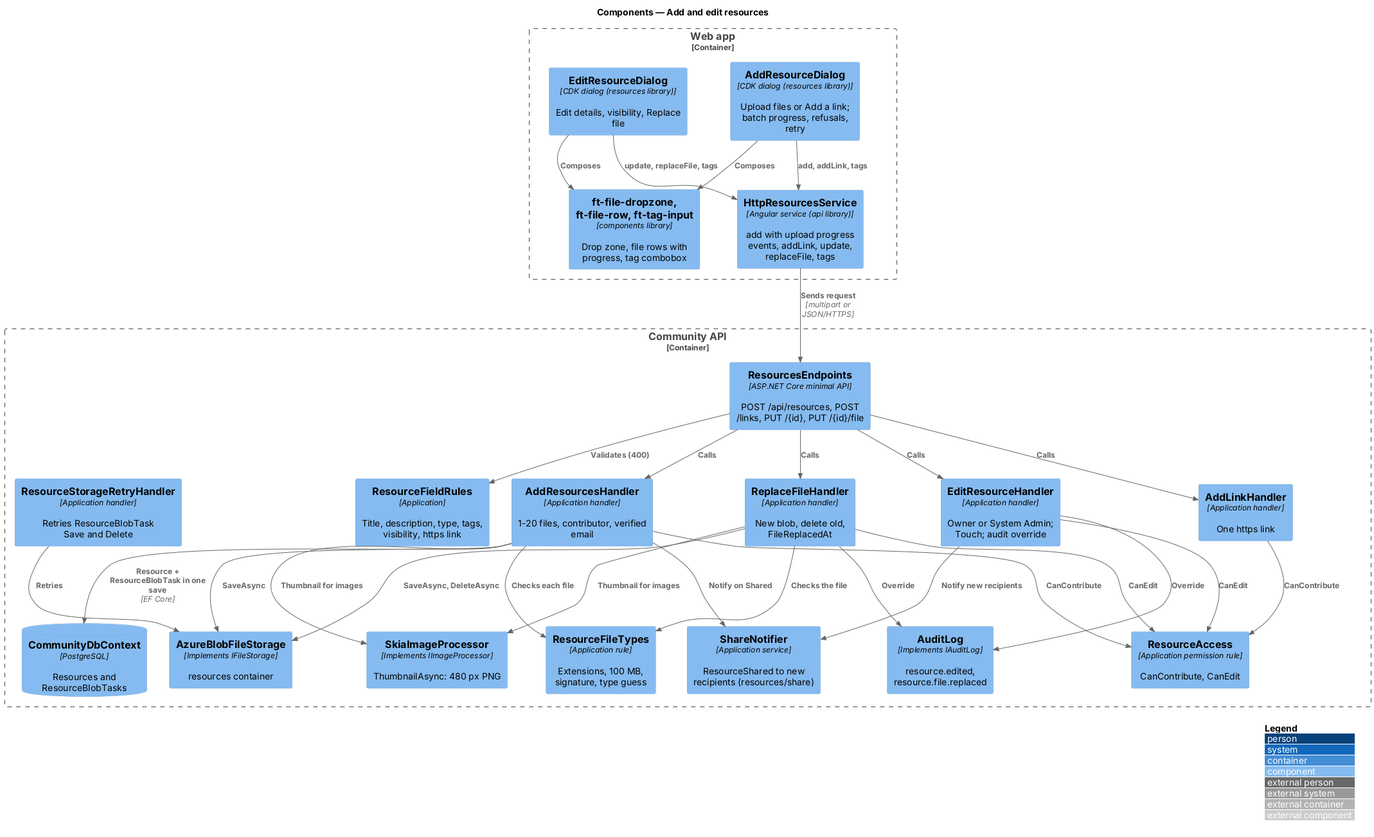
QuinntyneBrown/faithtech-community keeps this PlantUML diagram as docs/detailed-designs/resources/add-and-edit/diagrams/c4-component.png. Above is the earlier version. Source of this version:
```plantuml
@startuml
!include <C4/C4_Component>
LAYOUT_WITH_LEGEND()
title Components — Add and edit resources
Container_Boundary(web, "Web app") {
  Component(add, "AddResourceDialog", "CDK dialog (resources library)", "Upload files or Add a link; batch progress, refusals, retry")
  Component(edit, "EditResourceDialog", "CDK dialog (resources library)", "Edit details, visibility, Replace file")
  Component(ui, "ft-file-dropzone, ft-file-row, ft-tag-input", "components library", "Drop zone, file rows with progress, tag combobox")
  Component(svc, "HttpResourcesService", "Angular service (api library)", "add with upload progress events, addLink, update, replaceFile, tags")
}
Container_Boundary(api, "Community API") {
  Component(ep, "ResourcesEndpoints", "ASP.NET Core minimal API", "POST /api/resources, POST /links, PUT /{id}, PUT /{id}/file")
  Component(val, "ResourceFieldRules", "Application", "Title, description, type, tags, visibility, https link")
  Component(addh, "AddResourcesHandler", "Application handler", "1-20 files, contributor, verified email")
  Component(linkh, "AddLinkHandler", "Application handler", "One https link")
  Component(edith, "EditResourceHandler", "Application handler", "Owner or System Admin; Touch; audit override")
  Component(reph, "ReplaceFileHandler", "Application handler", "New blob, delete old, FileReplacedAt")
  Component(types, "ResourceFileTypes", "Application rule", "Extensions, 100 MB, signature, type guess")
  Component(acc, "ResourceAccess", "Application permission rule", "CanContribute, CanEdit")
  Component(share, "ShareNotifier", "Application service", "ResourceShared to new recipients (resources/share)")
  Component(retry, "ResourceStorageRetryHandler", "Application handler", "Retries ResourceBlobTask Save and Delete")
  Component(img, "SkiaImageProcessor", "Implements IImageProcessor", "ThumbnailAsync: 480 px PNG")
  Component(store, "AzureBlobFileStorage", "Implements IFileStorage", "resources container")
  Component(audit, "AuditLog", "Implements IAuditLog", "resource.edited, resource.file.replaced")
  ComponentDb(db, "CommunityDbContext", "PostgreSQL", "Resources and ResourceBlobTasks")
}
Rel(add, ui, "Composes")
Rel(edit, ui, "Composes")
Rel(add, svc, "add, addLink, tags")
Rel(edit, svc, "update, replaceFile, tags")
Rel(svc, ep, "Sends request", "multipart or JSON/HTTPS")
Rel(ep, val, "Validates (400)")
Rel(ep, addh, "Calls")
Rel(ep, linkh, "Calls")
Rel(ep, edith, "Calls")
Rel(ep, reph, "Calls")
Rel(addh, types, "Checks each file")
Rel(reph, types, "Checks the file")
Rel(addh, acc, "CanContribute")
Rel(linkh, acc, "CanContribute")
Rel(edith, acc, "CanEdit")
Rel(reph, acc, "CanEdit")
Rel(addh, img, "Thumbnail for images")
Rel(reph, img, "Thumbnail for images")
Rel(addh, store, "SaveAsync")
Rel(reph, store, "SaveAsync, DeleteAsync")
Rel(addh, share, "Notify on Shared")
Rel(edith, share, "Notify new recipients")
Rel(edith, audit, "Override")
Rel(reph, audit, "Override")
Rel(retry, store, "Retries")
Rel(addh, db, "Resource + ResourceBlobTask in one save", "EF Core")
@enduml
```
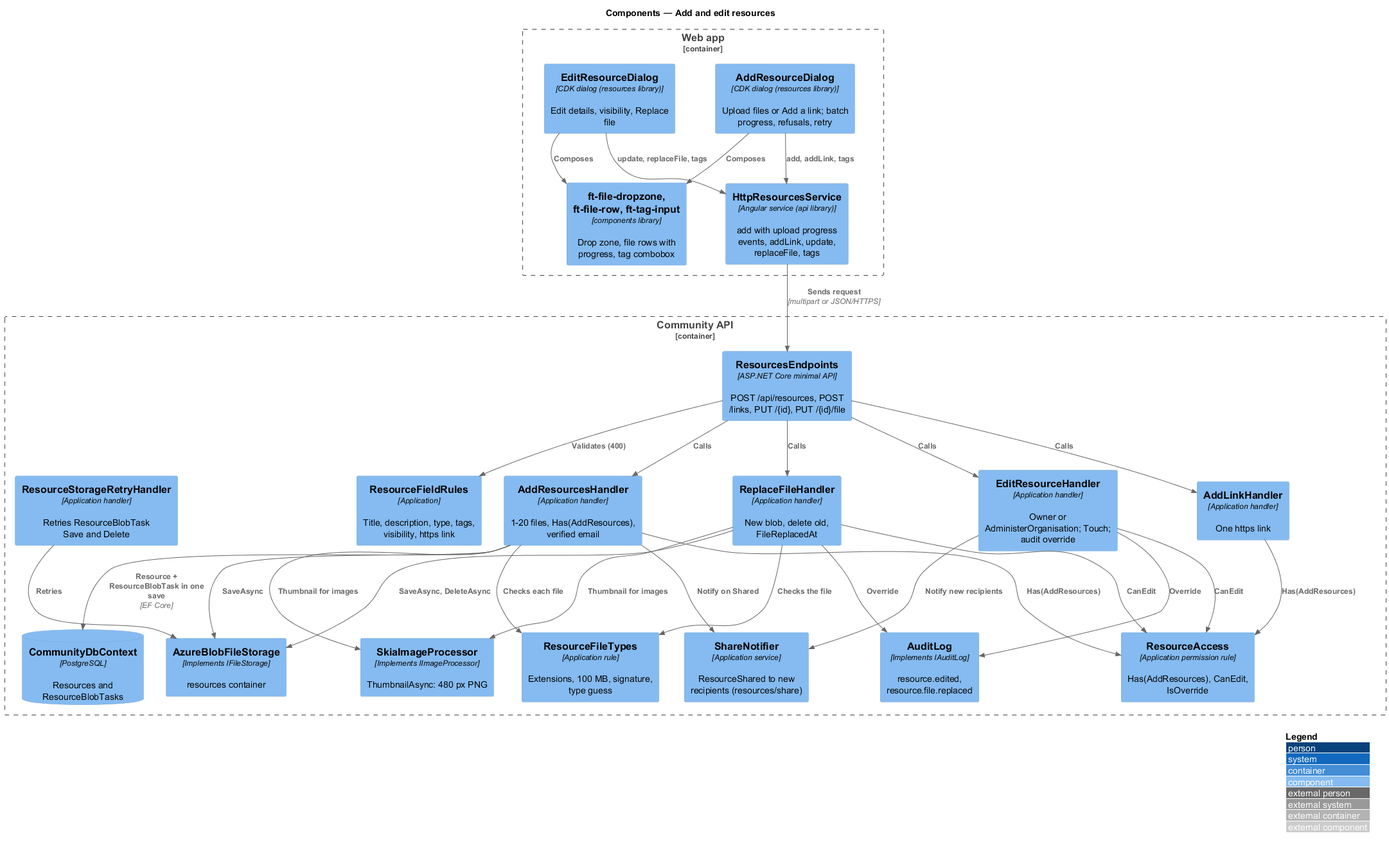
The same file after the commit.

Diff of the diagram source:
```diff
@@ -11,12 +11,12 @@
 Container_Boundary(api, "Community API") {
   Component(ep, "ResourcesEndpoints", "ASP.NET Core minimal API", "POST /api/resources, POST /links, PUT /{id}, PUT /{id}/file")
   Component(val, "ResourceFieldRules", "Application", "Title, description, type, tags, visibility, https link")
-  Component(addh, "AddResourcesHandler", "Application handler", "1-20 files, contributor, verified email")
+  Component(addh, "AddResourcesHandler", "Application handler", "1-20 files, Has(AddResources), verified email")
   Component(linkh, "AddLinkHandler", "Application handler", "One https link")
-  Component(edith, "EditResourceHandler", "Application handler", "Owner or System Admin; Touch; audit override")
+  Component(edith, "EditResourceHandler", "Application handler", "Owner or AdministerOrganisation; Touch; audit override")
   Component(reph, "ReplaceFileHandler", "Application handler", "New blob, delete old, FileReplacedAt")
   Component(types, "ResourceFileTypes", "Application rule", "Extensions, 100 MB, signature, type guess")
-  Component(acc, "ResourceAccess", "Application permission rule", "CanContribute, CanEdit")
+  Component(acc, "ResourceAccess", "Application permission rule", "Has(AddResources), CanEdit, IsOverride")
   Component(share, "ShareNotifier", "Application service", "ResourceShared to new recipients (resources/share)")
   Component(retry, "ResourceStorageRetryHandler", "Application handler", "Retries ResourceBlobTask Save and Delete")
   Component(img, "SkiaImageProcessor", "Implements IImageProcessor", "ThumbnailAsync: 480 px PNG")
@@ -36,8 +36,8 @@
 Rel(ep, reph, "Calls")
 Rel(addh, types, "Checks each file")
 Rel(reph, types, "Checks the file")
-Rel(addh, acc, "CanContribute")
-Rel(linkh, acc, "CanContribute")
+Rel(addh, acc, "Has(AddResources)")
+Rel(linkh, acc, "Has(AddResources)")
 Rel(edith, acc, "CanEdit")
 Rel(reph, acc, "CanEdit")
 Rel(addh, img, "Thumbnail for images")
```
